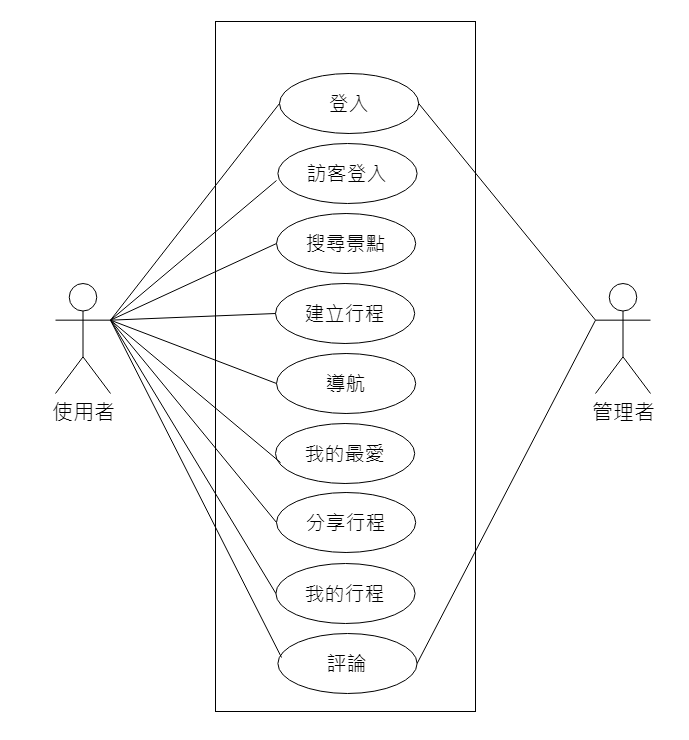
Above: UseCase.png in 10946009/ntub_112403 (draw.io), before the change. Source tidied: cells renumbered, new cells last; positions are measured from the earlier drawing's top-left corner, leaving out a move shared by most shapes. Its diagram source:
```xml
<mxGraphModel>
  <root>
    <mxCell id="0" />
    <mxCell id="1" parent="0" />
    <mxCell id="2" style="rounded=0;whiteSpace=wrap;html=1;" parent="1" vertex="1">
      <mxGeometry x="160" width="260" height="690" as="geometry" />
    </mxCell>
    <mxCell id="3" value="使用者" style="shape=umlActor;verticalLabelPosition=bottom;verticalAlign=top;html=1;outlineConnect=0;fontSize=21;" parent="1" vertex="1">
      <mxGeometry y="262" width="55" height="110" as="geometry" />
    </mxCell>
    <mxCell id="4" value="登入" style="ellipse;whiteSpace=wrap;html=1;fontSize=20;" parent="1" vertex="1">
      <mxGeometry x="224" y="52" width="139.2" height="60" as="geometry" />
    </mxCell>
    <mxCell id="5" value="訪客登入" style="ellipse;whiteSpace=wrap;html=1;fontSize=20;" parent="1" vertex="1">
      <mxGeometry x="222.4" y="122" width="139.2" height="60" as="geometry" />
    </mxCell>
    <mxCell id="6" value="建立行程" style="ellipse;whiteSpace=wrap;html=1;fontSize=20;" parent="1" vertex="1">
      <mxGeometry x="220" y="262" width="139.2" height="60" as="geometry" />
    </mxCell>
    <mxCell id="7" value="導航" style="ellipse;whiteSpace=wrap;html=1;fontSize=20;" parent="1" vertex="1">
      <mxGeometry x="221" y="332" width="139.2" height="60" as="geometry" />
    </mxCell>
    <mxCell id="8" value="我的最愛" style="ellipse;whiteSpace=wrap;html=1;fontSize=20;" parent="1" vertex="1">
      <mxGeometry x="220" y="402" width="139.2" height="60" as="geometry" />
    </mxCell>
    <mxCell id="9" value="評論" style="ellipse;whiteSpace=wrap;html=1;fontSize=20;" parent="1" vertex="1">
      <mxGeometry x="222.4" y="612" width="139.2" height="60" as="geometry" />
    </mxCell>
    <mxCell id="10" value="分享行程" style="ellipse;whiteSpace=wrap;html=1;fontSize=20;" parent="1" vertex="1">
      <mxGeometry x="221" y="471" width="139.2" height="60" as="geometry" />
    </mxCell>
    <mxCell id="11" value="我的行程" style="ellipse;whiteSpace=wrap;html=1;fontSize=20;" parent="1" vertex="1">
      <mxGeometry x="220.4" y="542" width="139.2" height="60" as="geometry" />
    </mxCell>
    <mxCell id="12" value="搜尋景點" style="ellipse;whiteSpace=wrap;html=1;fontSize=20;" parent="1" vertex="1">
      <mxGeometry x="221" y="192" width="139.2" height="60" as="geometry" />
    </mxCell>
    <mxCell id="13" style="endArrow=none;html=1;rounded=0;entryX=0;entryY=0.5;entryDx=0;entryDy=0;exitX=1;exitY=0.3333333333333333;exitDx=0;exitDy=0;exitPerimeter=0;" parent="1" edge="1" source="3" target="4">
      <mxGeometry relative="1" as="geometry" />
    </mxCell>
    <mxCell id="14" style="endArrow=none;html=1;rounded=0;entryX=-0.01;entryY=0.617;entryDx=0;entryDy=0;entryPerimeter=0;exitX=1;exitY=0.3333333333333333;exitDx=0;exitDy=0;exitPerimeter=0;" parent="1" edge="1" source="3" target="5">
      <mxGeometry relative="1" as="geometry" />
    </mxCell>
    <mxCell id="15" style="endArrow=none;html=1;rounded=0;entryX=0;entryY=0.5;entryDx=0;entryDy=0;exitX=1;exitY=0.3333333333333333;exitDx=0;exitDy=0;exitPerimeter=0;" parent="1" edge="1" source="3" target="12">
      <mxGeometry relative="1" as="geometry" />
    </mxCell>
    <mxCell id="16" style="endArrow=none;html=1;rounded=0;entryX=0;entryY=0.5;entryDx=0;entryDy=0;exitX=1;exitY=0.3333333333333333;exitDx=0;exitDy=0;exitPerimeter=0;" parent="1" edge="1" source="3" target="6">
      <mxGeometry relative="1" as="geometry" />
    </mxCell>
    <mxCell id="17" style="endArrow=none;html=1;rounded=0;entryX=0;entryY=0.5;entryDx=0;entryDy=0;exitX=1;exitY=0.3333333333333333;exitDx=0;exitDy=0;exitPerimeter=0;" parent="1" edge="1" source="3" target="7">
      <mxGeometry relative="1" as="geometry" />
    </mxCell>
    <mxCell id="18" style="endArrow=none;html=1;rounded=0;entryX=0.036;entryY=0.65;entryDx=0;entryDy=0;exitX=1;exitY=0.3333333333333333;exitDx=0;exitDy=0;exitPerimeter=0;entryPerimeter=0;" parent="1" edge="1" source="3" target="8">
      <mxGeometry relative="1" as="geometry" />
    </mxCell>
    <mxCell id="19" style="endArrow=none;html=1;rounded=0;entryX=0;entryY=0.5;entryDx=0;entryDy=0;exitX=1;exitY=0.3333333333333333;exitDx=0;exitDy=0;exitPerimeter=0;" parent="1" edge="1" source="3" target="10">
      <mxGeometry relative="1" as="geometry" />
    </mxCell>
    <mxCell id="20" style="endArrow=none;html=1;rounded=0;entryX=0;entryY=0.5;entryDx=0;entryDy=0;exitX=1;exitY=0.3333333333333333;exitDx=0;exitDy=0;exitPerimeter=0;" parent="1" edge="1" source="3" target="11">
      <mxGeometry relative="1" as="geometry" />
    </mxCell>
    <mxCell id="21" style="endArrow=none;html=1;rounded=0;entryX=0.026;entryY=0.4;entryDx=0;entryDy=0;exitX=1;exitY=0.3333333333333333;exitDx=0;exitDy=0;exitPerimeter=0;entryPerimeter=0;" parent="1" edge="1" source="3" target="9">
      <mxGeometry relative="1" as="geometry" />
    </mxCell>
    <mxCell id="22" value="管理者" style="shape=umlActor;verticalLabelPosition=bottom;verticalAlign=top;html=1;outlineConnect=0;fontSize=21;" parent="1" vertex="1">
      <mxGeometry x="540" y="262" width="55" height="110" as="geometry" />
    </mxCell>
    <mxCell id="23" style="endArrow=none;html=1;rounded=0;entryX=1;entryY=0.5;entryDx=0;entryDy=0;exitX=0;exitY=0.3333333333333333;exitDx=0;exitDy=0;exitPerimeter=0;" parent="1" edge="1" source="22" target="4">
      <mxGeometry relative="1" as="geometry" />
    </mxCell>
    <mxCell id="24" style="endArrow=none;html=1;rounded=0;entryX=1;entryY=0.5;entryDx=0;entryDy=0;exitX=0;exitY=0.3333333333333333;exitDx=0;exitDy=0;exitPerimeter=0;" parent="1" edge="1" source="22" target="9">
      <mxGeometry relative="1" as="geometry" />
    </mxCell>
  </root>
</mxGraphModel>
```
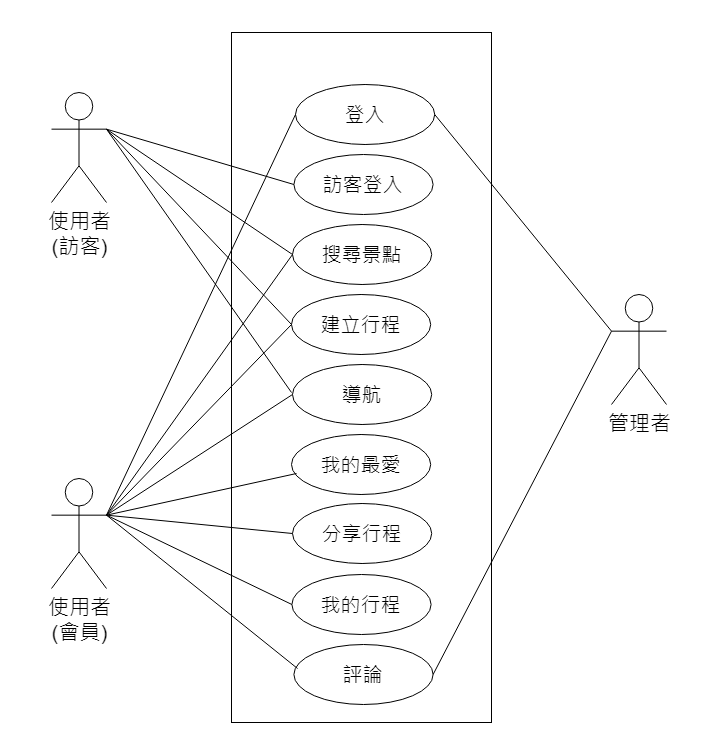
After the change.

What changed in the source:
```diff
@@ -5,8 +5,8 @@
     <mxCell id="2" style="rounded=0;whiteSpace=wrap;html=1;" parent="1" vertex="1">
       <mxGeometry x="160" width="260" height="690" as="geometry" />
     </mxCell>
-    <mxCell id="3" value="使用者" style="shape=umlActor;verticalLabelPosition=bottom;verticalAlign=top;html=1;outlineConnect=0;fontSize=21;" parent="1" vertex="1">
-      <mxGeometry y="262" width="55" height="110" as="geometry" />
+    <mxCell id="3" value="使用者&lt;br&gt;(會員)" style="shape=umlActor;verticalLabelPosition=bottom;verticalAlign=top;html=1;outlineConnect=0;fontSize=21;" parent="1" vertex="1">
+      <mxGeometry x="-20" y="446" width="55" height="110" as="geometry" />
     </mxCell>
     <mxCell id="4" value="登入" style="ellipse;whiteSpace=wrap;html=1;fontSize=20;" parent="1" vertex="1">
       <mxGeometry x="224" y="52" width="139.2" height="60" as="geometry" />
@@ -38,9 +38,6 @@
     <mxCell id="13" style="endArrow=none;html=1;rounded=0;entryX=0;entryY=0.5;entryDx=0;entryDy=0;exitX=1;exitY=0.3333333333333333;exitDx=0;exitDy=0;exitPerimeter=0;" parent="1" edge="1" source="3" target="4">
       <mxGeometry relative="1" as="geometry" />
     </mxCell>
-    <mxCell id="14" style="endArrow=none;html=1;rounded=0;entryX=-0.01;entryY=0.617;entryDx=0;entryDy=0;entryPerimeter=0;exitX=1;exitY=0.3333333333333333;exitDx=0;exitDy=0;exitPerimeter=0;" parent="1" edge="1" source="3" target="5">
-      <mxGeometry relative="1" as="geometry" />
-    </mxCell>
     <mxCell id="15" style="endArrow=none;html=1;rounded=0;entryX=0;entryY=0.5;entryDx=0;entryDy=0;exitX=1;exitY=0.3333333333333333;exitDx=0;exitDy=0;exitPerimeter=0;" parent="1" edge="1" source="3" target="12">
       <mxGeometry relative="1" as="geometry" />
     </mxCell>
@@ -71,5 +68,22 @@
     <mxCell id="24" style="endArrow=none;html=1;rounded=0;entryX=1;entryY=0.5;entryDx=0;entryDy=0;exitX=0;exitY=0.3333333333333333;exitDx=0;exitDy=0;exitPerimeter=0;" parent="1" edge="1" source="22" target="9">
       <mxGeometry relative="1" as="geometry" />
     </mxCell>
+    <mxCell id="25" value="使用者&lt;br&gt;(訪客)" style="shape=umlActor;verticalLabelPosition=bottom;verticalAlign=top;html=1;outlineConnect=0;fontSize=21;" parent="1" vertex="1">
+      <mxGeometry x="-20" y="60" width="55" height="110" as="geometry" />
+    </mxCell>
+    <mxCell id="26" style="endArrow=none;html=1;rounded=0;entryX=0;entryY=0.5;entryDx=0;entryDy=0;exitX=1;exitY=0.3333333333333333;exitDx=0;exitDy=0;exitPerimeter=0;" parent="1" edge="1" source="25" target="5">
+      <mxGeometry relative="1" as="geometry" />
+    </mxCell>
+    <mxCell id="27" style="endArrow=none;html=1;rounded=0;entryX=0;entryY=0.5;entryDx=0;entryDy=0;exitX=1;exitY=0.3333333333333333;exitDx=0;exitDy=0;exitPerimeter=0;" parent="1" edge="1" source="25" target="12">
+      <mxGeometry relative="1" as="geometry" />
+    </mxCell>
+    <mxCell id="28" style="endArrow=none;html=1;rounded=0;exitX=1;exitY=0.3333333333333333;exitDx=0;exitDy=0;exitPerimeter=0;" parent="1" edge="1" source="25">
+      <mxGeometry relative="1" as="geometry">
+        <mxPoint x="220" y="360" as="targetPoint" />
+      </mxGeometry>
+    </mxCell>
+    <mxCell id="29" style="endArrow=none;html=1;rounded=0;entryX=0;entryY=0.5;entryDx=0;entryDy=0;exitX=1;exitY=0.3333333333333333;exitDx=0;exitDy=0;exitPerimeter=0;" parent="1" edge="1" source="25" target="6">
+      <mxGeometry relative="1" as="geometry" />
+    </mxCell>
   </root>
 </mxGraphModel>
```
